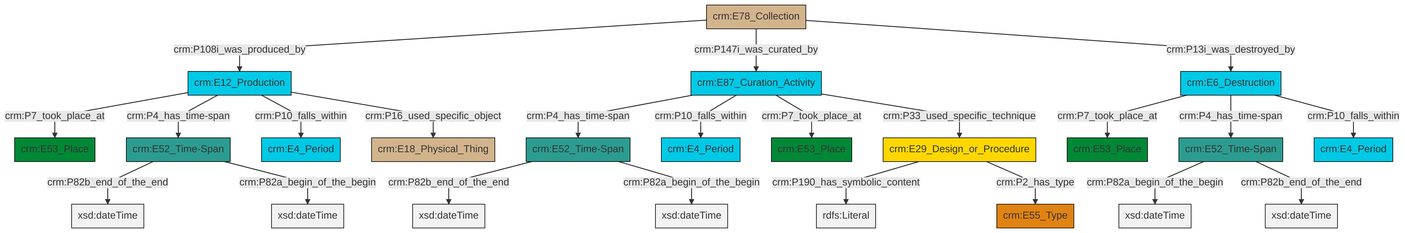
swiss-art-research-net/docs.swissartresearch keeps this Mermaid diagram as et/archivalCSV/ttl/mmd/png/archival_existence.png. Above is the earlier version. Its source is kept beside it as et/archivalCSV/ttl/mmd/archival_existence.ttl.mmd.
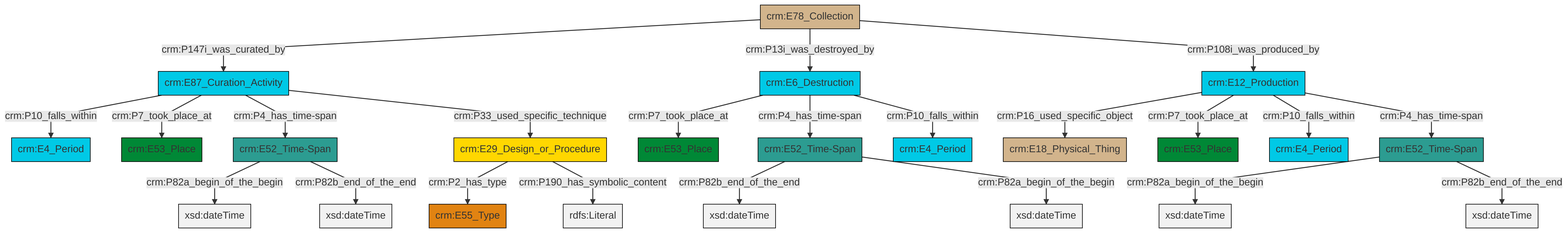
Later version of the same file.

What changed in the source:
```diff
@@ -13,25 +13,25 @@
 classDef PC_Classes fill:#4ce600, stroke:#000000;
 classDef Multi fill:#cccccc,stroke:#000000;
 
-0["crm:E52_Time-Span"]:::Time-Span -->|crm:P82a_begin_of_the_begin| 1[xsd:dateTime]:::Literal
-6["crm:E6_Destruction"]:::Temporal_Entity -->|crm:P7_took_place_at| 7["crm:E53_Place"]:::Place
-12["crm:E12_Production"]:::Temporal_Entity -->|crm:P7_took_place_at| 13["crm:E53_Place"]:::Place
-14["crm:E87_Curation_Activity"]:::Temporal_Entity -->|crm:P4_has_time-span| 2["crm:E52_Time-Span"]:::Time-Span
-12["crm:E12_Production"]:::Temporal_Entity -->|crm:P4_has_time-span| 15["crm:E52_Time-Span"]:::Time-Span
-6["crm:E6_Destruction"]:::Temporal_Entity -->|crm:P4_has_time-span| 0["crm:E52_Time-Span"]:::Time-Span
-0["crm:E52_Time-Span"]:::Time-Span -->|crm:P82b_end_of_the_end| 16[xsd:dateTime]:::Literal
-14["crm:E87_Curation_Activity"]:::Temporal_Entity -->|crm:P10_falls_within| 8["crm:E4_Period"]:::Temporal_Entity
-14["crm:E87_Curation_Activity"]:::Temporal_Entity -->|crm:P7_took_place_at| 19["crm:E53_Place"]:::Place
-15["crm:E52_Time-Span"]:::Time-Span -->|crm:P82b_end_of_the_end| 21[xsd:dateTime]:::Literal
-17["crm:E78_Collection"]:::Physical_Thing -->|crm:P108i_was_produced_by| 12["crm:E12_Production"]:::Temporal_Entity
-17["crm:E78_Collection"]:::Physical_Thing -->|crm:P147i_was_curated_by| 14["crm:E87_Curation_Activity"]:::Temporal_Entity
-12["crm:E12_Production"]:::Temporal_Entity -->|crm:P10_falls_within| 10["crm:E4_Period"]:::Temporal_Entity
-4["crm:E29_Design_or_Procedure"]:::Conceptual_Object -->|crm:P190_has_symbolic_content| 23[rdfs:Literal]:::Literal
-2["crm:E52_Time-Span"]:::Time-Span -->|crm:P82b_end_of_the_end| 28[xsd:dateTime]:::Literal
-4["crm:E29_Design_or_Procedure"]:::Conceptual_Object -->|crm:P2_has_type| 31["crm:E55_Type"]:::Type
-15["crm:E52_Time-Span"]:::Time-Span -->|crm:P82a_begin_of_the_begin| 32[xsd:dateTime]:::Literal
-17["crm:E78_Collection"]:::Physical_Thing -->|crm:P13i_was_destroyed_by| 6["crm:E6_Destruction"]:::Temporal_Entity
-2["crm:E52_Time-Span"]:::Time-Span -->|crm:P82a_begin_of_the_begin| 36[xsd:dateTime]:::Literal
-14["crm:E87_Curation_Activity"]:::Temporal_Entity -->|crm:P33_used_specific_technique| 4["crm:E29_Design_or_Procedure"]:::Conceptual_Object
-12["crm:E12_Production"]:::Temporal_Entity -->|crm:P16_used_specific_object| 24["crm:E18_Physical_Thing"]:::Physical_Thing
-6["crm:E6_Destruction"]:::Temporal_Entity -->|crm:P10_falls_within| 26["crm:E4_Period"]:::Temporal_Entity
+0["crm:E87_Curation_Activity"]:::Temporal_Entity -->|crm:P10_falls_within| 1["crm:E4_Period"]:::Temporal_Entity
+2["crm:E52_Time-Span"]:::Time-Span -->|crm:P82a_begin_of_the_begin| 3[xsd:dateTime]:::Literal
+4["crm:E12_Production"]:::Temporal_Entity -->|crm:P16_used_specific_object| 5["crm:E18_Physical_Thing"]:::Physical_Thing
+8["crm:E6_Destruction"]:::Temporal_Entity -->|crm:P7_took_place_at| 9["crm:E53_Place"]:::Place
+10["crm:E52_Time-Span"]:::Time-Span -->|crm:P82b_end_of_the_end| 11[xsd:dateTime]:::Literal
+0["crm:E87_Curation_Activity"]:::Temporal_Entity -->|crm:P7_took_place_at| 16["crm:E53_Place"]:::Place
+0["crm:E87_Curation_Activity"]:::Temporal_Entity -->|crm:P4_has_time-span| 6["crm:E52_Time-Span"]:::Time-Span
+4["crm:E12_Production"]:::Temporal_Entity -->|crm:P7_took_place_at| 14["crm:E53_Place"]:::Place
+22["crm:E78_Collection"]:::Physical_Thing -->|crm:P147i_was_curated_by| 0["crm:E87_Curation_Activity"]:::Temporal_Entity
+22["crm:E78_Collection"]:::Physical_Thing -->|crm:P13i_was_destroyed_by| 8["crm:E6_Destruction"]:::Temporal_Entity
+6["crm:E52_Time-Span"]:::Time-Span -->|crm:P82a_begin_of_the_begin| 28[xsd:dateTime]:::Literal
+2["crm:E52_Time-Span"]:::Time-Span -->|crm:P82b_end_of_the_end| 30[xsd:dateTime]:::Literal
+22["crm:E78_Collection"]:::Physical_Thing -->|crm:P108i_was_produced_by| 4["crm:E12_Production"]:::Temporal_Entity
+25["crm:E29_Design_or_Procedure"]:::Conceptual_Object -->|crm:P2_has_type| 19["crm:E55_Type"]:::Type
+4["crm:E12_Production"]:::Temporal_Entity -->|crm:P10_falls_within| 32["crm:E4_Period"]:::Temporal_Entity
+8["crm:E6_Destruction"]:::Temporal_Entity -->|crm:P4_has_time-span| 10["crm:E52_Time-Span"]:::Time-Span
+4["crm:E12_Production"]:::Temporal_Entity -->|crm:P4_has_time-span| 2["crm:E52_Time-Span"]:::Time-Span
+6["crm:E52_Time-Span"]:::Time-Span -->|crm:P82b_end_of_the_end| 35[xsd:dateTime]:::Literal
+0["crm:E87_Curation_Activity"]:::Temporal_Entity -->|crm:P33_used_specific_technique| 25["crm:E29_Design_or_Procedure"]:::Conceptual_Object
+8["crm:E6_Destruction"]:::Temporal_Entity -->|crm:P10_falls_within| 33["crm:E4_Period"]:::Temporal_Entity
+10["crm:E52_Time-Span"]:::Time-Span -->|crm:P82a_begin_of_the_begin| 37[xsd:dateTime]:::Literal
+25["crm:E29_Design_or_Procedure"]:::Conceptual_Object -->|crm:P190_has_symbolic_content| 38[rdfs:Literal]:::Literal
```
